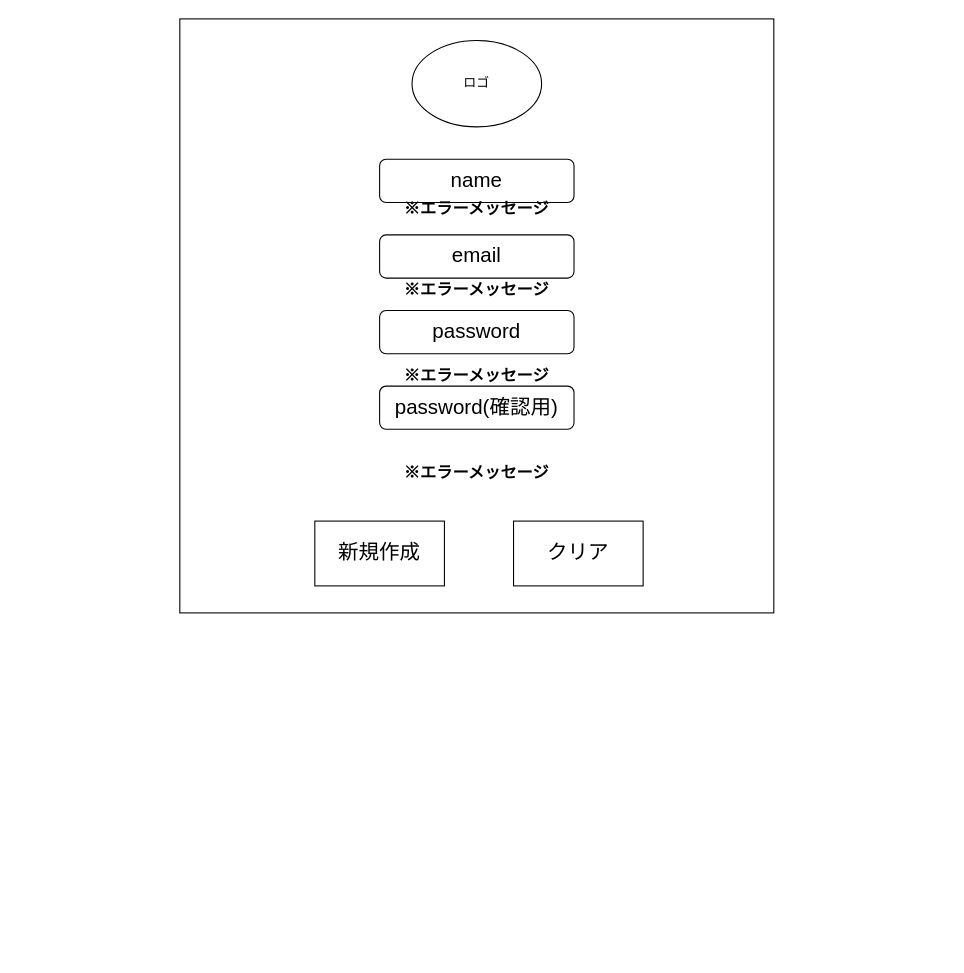
This is 外部設計DRAWIO/2.0生徒新規登録.drawio from DOJO-2021/A-3, a draw.io file, before an edit. Source tidied: cells renumbered, new cells numbered last; positions are measured from the earlier drawing's top-left corner, leaving out a move shared by most shapes. Both pictures are drawn from the tidied source at 108%, with x=0, y=0 at pixel (179, 18).
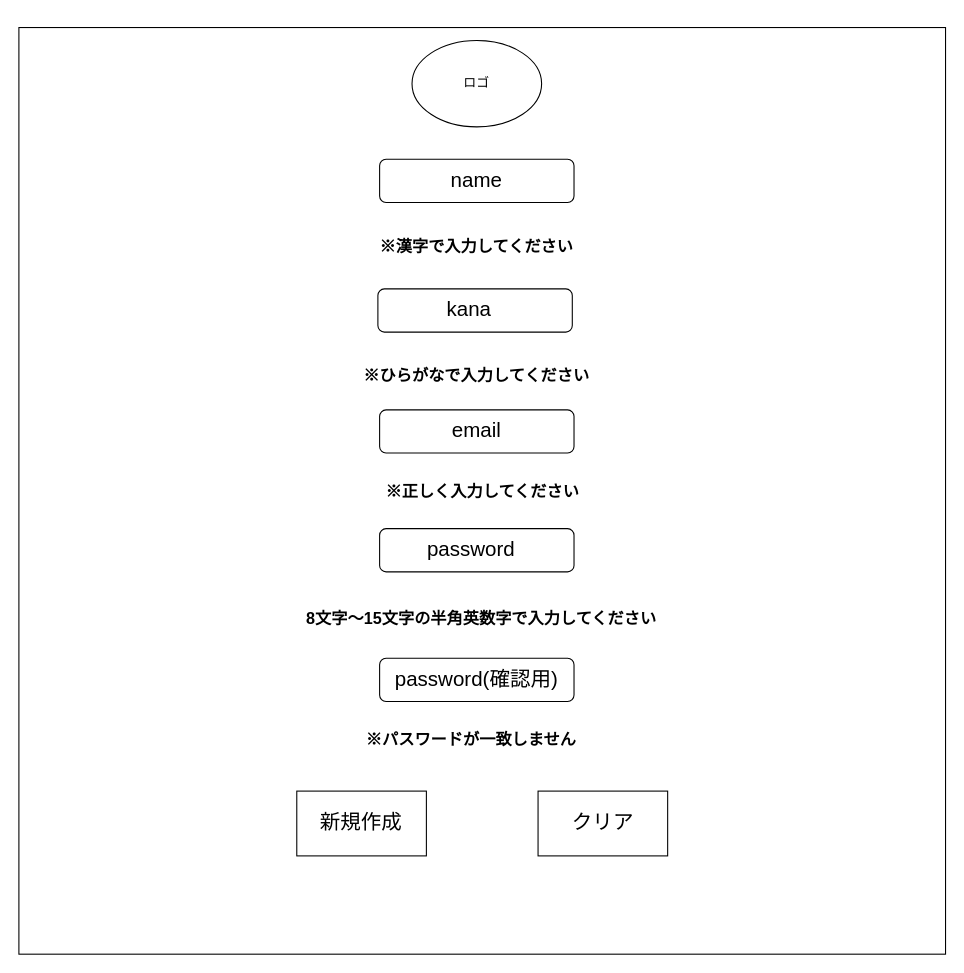
The same diagram, later.

Diff of the diagram source:
```diff
@@
     <mxCell id="2" style="whiteSpace=wrap;html=1;" parent="1" vertex="1">
-      <mxGeometry width="550" height="550" as="geometry" />
+      <mxGeometry x="-149" y="8" width="858" height="858" as="geometry" />
     </mxCell>
-    <mxCell id="3" style="rounded=1;whiteSpace=wrap;html=1;" parent="1" vertex="1">
-      <mxGeometry x="185" y="340" width="180" height="40" as="geometry" />
-    </mxCell>
-    <mxCell id="4" value="password(確認用)" style="text;html=1;strokeColor=none;fillColor=none;align=center;verticalAlign=middle;whiteSpace=wrap;rounded=0;fontSize=19;" parent="1" vertex="1">
-      <mxGeometry x="185" y="325" width="180" height="70" as="geometry" />
-    </mxCell>
+    <mxCell id="13" style="rounded=1;whiteSpace=wrap;html=1;" parent="1" vertex="1">
+      <mxGeometry x="185" y="130" width="180" height="40" as="geometry" />
+    </mxCell>
@@
     <mxCell id="6" style="group;" parent="1" vertex="1">
-      <mxGeometry x="125" y="460" width="120" height="70" as="geometry" />
+      <mxGeometry x="108.3" y="710" width="120" height="70" as="geometry" />
     </mxCell>
@@
     <mxCell id="9" style="group;" parent="1" vertex="1">
-      <mxGeometry x="309" y="460" width="120" height="70" as="geometry" />
+      <mxGeometry x="331.7" y="710" width="120" height="70" as="geometry" />
     </mxCell>
@@
-    <mxCell id="12" style="group;" parent="1" vertex="1">
-      <mxGeometry x="185" y="115" width="180" height="70" as="geometry" />
-    </mxCell>
-    <mxCell id="13" style="rounded=1;whiteSpace=wrap;html=1;" parent="12" vertex="1">
-      <mxGeometry y="15" width="180" height="40" as="geometry" />
-    </mxCell>
+    <mxCell id="24" value="※パスワードが一致しません" style="text;html=1;strokeColor=none;fillColor=none;align=center;verticalAlign=middle;whiteSpace=wrap;rounded=0;fontStyle=1;fontSize=15;" parent="1" vertex="1">
+      <mxGeometry x="170" y="657" width="200" height="20" as="geometry" />
+    </mxCell>
-    <mxCell id="14" value="name" style="text;html=1;strokeColor=none;fillColor=none;align=center;verticalAlign=middle;whiteSpace=wrap;rounded=0;fontSize=19;" parent="12" vertex="1">
-      <mxGeometry x="40" width="100" height="70" as="geometry" />
+    <mxCell id="14" value="name" style="text;html=1;strokeColor=none;fillColor=none;align=center;verticalAlign=middle;whiteSpace=wrap;rounded=0;fontSize=19;" parent="1" vertex="1">
+      <mxGeometry x="230" y="147.5" width="90" height="5" as="geometry" />
     </mxCell>
-    <mxCell id="15" style="group;" parent="1" vertex="1">
-      <mxGeometry x="185" y="185" width="180" height="70" as="geometry" />
-    </mxCell>
-    <mxCell id="16" style="rounded=1;whiteSpace=wrap;html=1;" parent="15" vertex="1">
-      <mxGeometry y="15" width="180" height="40" as="geometry" />
-    </mxCell>
-    <mxCell id="17" value="email" style="text;html=1;strokeColor=none;fillColor=none;align=center;verticalAlign=middle;whiteSpace=wrap;rounded=0;fontSize=19;" parent="15" vertex="1">
-      <mxGeometry x="40" width="100" height="70" as="geometry" />
-    </mxCell>
-    <mxCell id="18" value="※エラーメッセージ" style="text;html=1;strokeColor=none;fillColor=none;align=center;verticalAlign=middle;whiteSpace=wrap;rounded=0;fontStyle=1;fontSize=15;" parent="15" vertex="1">
-      <mxGeometry x="20" y="-20" width="140" height="20" as="geometry" />
-    </mxCell>
-    <mxCell id="19" style="group;" parent="1" vertex="1">
-      <mxGeometry x="185" y="255" width="180" height="85" as="geometry" />
-    </mxCell>
+    <mxCell id="25" value="※ひらがなで入力してください" style="text;html=1;strokeColor=none;fillColor=none;align=center;verticalAlign=middle;whiteSpace=wrap;rounded=0;fontStyle=1;fontSize=15;" parent="1" vertex="1">
+      <mxGeometry x="165" y="320" width="220" height="20" as="geometry" />
+    </mxCell>
-    <mxCell id="20" style="rounded=1;whiteSpace=wrap;html=1;" parent="19" vertex="1">
-      <mxGeometry y="15" width="180" height="40" as="geometry" />
+    <mxCell id="20" style="rounded=1;whiteSpace=wrap;html=1;" parent="1" vertex="1">
+      <mxGeometry x="185" y="472" width="180" height="40" as="geometry" />
     </mxCell>
-    <mxCell id="21" value="password" style="text;html=1;strokeColor=none;fillColor=none;align=center;verticalAlign=middle;whiteSpace=wrap;rounded=0;fontSize=19;" parent="19" vertex="1">
-      <mxGeometry x="40" width="100" height="70" as="geometry" />
+    <mxCell id="21" value="password" style="text;html=1;strokeColor=none;fillColor=none;align=center;verticalAlign=middle;whiteSpace=wrap;rounded=0;fontSize=19;" parent="1" vertex="1">
+      <mxGeometry x="225" y="457" width="90" height="70" as="geometry" />
     </mxCell>
+    <mxCell id="23" value="8文字～15文字の半角英数字で入力してください" style="text;html=1;strokeColor=none;fillColor=none;align=center;verticalAlign=middle;whiteSpace=wrap;rounded=0;fontStyle=1;fontSize=15;" parent="1" vertex="1">
+      <mxGeometry x="108.3" y="550" width="343.4" height="10" as="geometry" />
+    </mxCell>
+    <mxCell id="18" value="※漢字で入力してください" style="text;html=1;strokeColor=none;fillColor=none;align=center;verticalAlign=middle;whiteSpace=wrap;rounded=0;fontStyle=1;fontSize=15;" parent="1" vertex="1">
+      <mxGeometry x="180" y="200" width="190" height="20" as="geometry" />
+    </mxCell>
-    <mxCell id="22" value="※エラーメッセージ" style="text;html=1;strokeColor=none;fillColor=none;align=center;verticalAlign=middle;whiteSpace=wrap;rounded=0;fontStyle=1;fontSize=15;" parent="19" vertex="1">
-      <mxGeometry x="20" y="-15" width="140" height="20" as="geometry" />
+    <mxCell id="22" value="※正しく入力してください" style="text;html=1;strokeColor=none;fillColor=none;align=center;verticalAlign=middle;whiteSpace=wrap;rounded=0;fontStyle=1;fontSize=15;" parent="1" vertex="1">
+      <mxGeometry x="186.6" y="417" width="186.9" height="40" as="geometry" />
     </mxCell>
-    <mxCell id="23" value="※エラーメッセージ" style="text;html=1;strokeColor=none;fillColor=none;align=center;verticalAlign=middle;whiteSpace=wrap;rounded=0;fontStyle=1;fontSize=15;" parent="19" vertex="1">
-      <mxGeometry x="20" y="65" width="140" height="20" as="geometry" />
-    </mxCell>
-    <mxCell id="24" value="※エラーメッセージ" style="text;html=1;strokeColor=none;fillColor=none;align=center;verticalAlign=middle;whiteSpace=wrap;rounded=0;fontStyle=1;fontSize=15;" parent="1" vertex="1">
-      <mxGeometry x="205" y="410" width="140" height="20" as="geometry" />
-    </mxCell>
+    <mxCell id="26" style="rounded=1;whiteSpace=wrap;html=1;" parent="1" vertex="1">
+      <mxGeometry x="183.4" y="250" width="180" height="40" as="geometry" />
+    </mxCell>
+    <mxCell id="27" value="kana" style="text;html=1;strokeColor=none;fillColor=none;align=center;verticalAlign=middle;whiteSpace=wrap;rounded=0;fontSize=19;" parent="1" vertex="1">
+      <mxGeometry x="223.4" y="267.5" width="90" height="5" as="geometry" />
+    </mxCell>
+    <mxCell id="28" style="group;" parent="1" vertex="1">
+      <mxGeometry x="185" y="362" width="180" height="40" as="geometry" />
+    </mxCell>
+    <mxCell id="29" style="rounded=1;whiteSpace=wrap;html=1;" parent="28" vertex="1">
+      <mxGeometry width="180" height="40" as="geometry" />
+    </mxCell>
+    <mxCell id="17" value="email" style="text;html=1;strokeColor=none;fillColor=none;align=center;verticalAlign=middle;whiteSpace=wrap;rounded=0;fontSize=19;" parent="28" vertex="1">
+      <mxGeometry x="45" y="17.5" width="90" height="5" as="geometry" />
+    </mxCell>
+    <mxCell id="30" style="group;" parent="1" vertex="1">
+      <mxGeometry x="185" y="577" width="180" height="70" as="geometry" />
+    </mxCell>
+    <mxCell id="3" style="rounded=1;whiteSpace=wrap;html=1;" parent="30" vertex="1">
+      <mxGeometry y="15" width="180" height="40" as="geometry" />
+    </mxCell>
+    <mxCell id="4" value="password(確認用)" style="text;html=1;strokeColor=none;fillColor=none;align=center;verticalAlign=middle;whiteSpace=wrap;rounded=0;fontSize=19;" parent="30" vertex="1">
+      <mxGeometry width="180" height="70" as="geometry" />
+    </mxCell>
```
